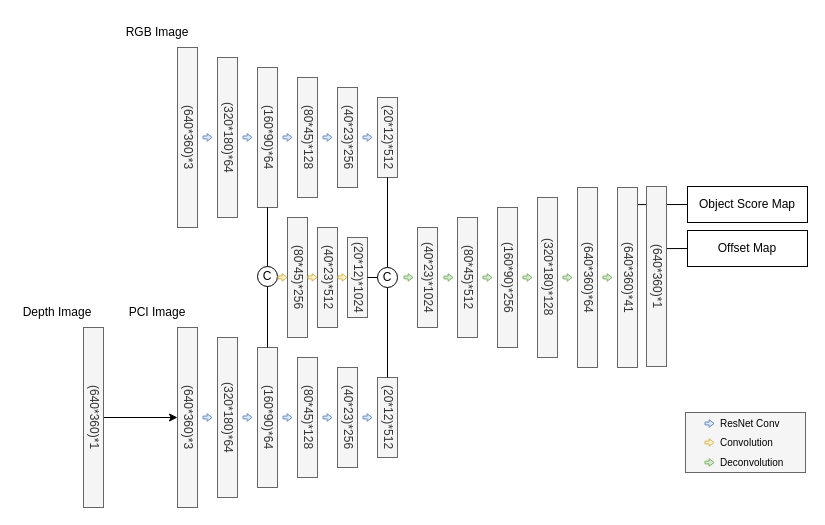
The draw.io diagram Diagramme sans nom.drawio in HoangHongNgo/examples, before the edit. Source tidied: cells renumbered, new cells numbered last; positions are measured from the earlier drawing's top-left corner, leaving out a move shared by most shapes. Both pictures are drawn from the tidied source at 100%, with x=0, y=0 at pixel (17, 17).
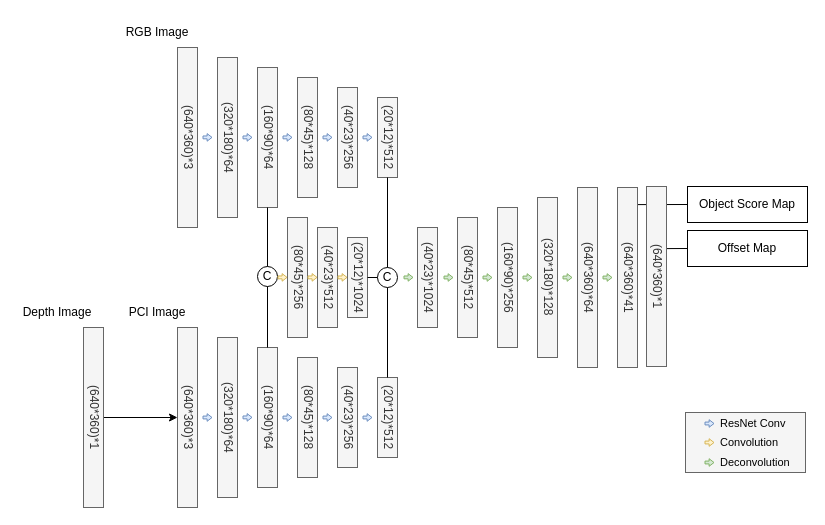
Above is the later version.

Diff of the diagram source:
```diff
@@
-    <mxCell id="54" value="ResNet Conv" style="text;html=1;align=left;verticalAlign=middle;whiteSpace=wrap;rounded=0;fontSize=10;" parent="1" vertex="1">
+    <mxCell id="54" value="ResNet Conv" style="text;html=1;align=left;verticalAlign=middle;whiteSpace=wrap;rounded=0;fontSize=11;" parent="1" vertex="1">
       <mxGeometry x="701" y="391" width="70" height="30" as="geometry" />
     </mxCell>
@@
-    <mxCell id="56" value="Convolution" style="text;html=1;align=left;verticalAlign=middle;whiteSpace=wrap;rounded=0;fontSize=10;" parent="1" vertex="1">
+    <mxCell id="56" value="Convolution" style="text;html=1;align=left;verticalAlign=middle;whiteSpace=wrap;rounded=0;fontSize=11;" parent="1" vertex="1">
       <mxGeometry x="701" y="410" width="70" height="30" as="geometry" />
     </mxCell>
@@
-    <mxCell id="58" value="Deconvolution" style="text;html=1;align=left;verticalAlign=middle;whiteSpace=wrap;rounded=0;fontSize=10;" parent="1" vertex="1">
+    <mxCell id="58" value="Deconvolution" style="text;html=1;align=left;verticalAlign=middle;whiteSpace=wrap;rounded=0;fontSize=11;" parent="1" vertex="1">
       <mxGeometry x="701" y="430" width="70" height="30" as="geometry" />
     </mxCell>
```
